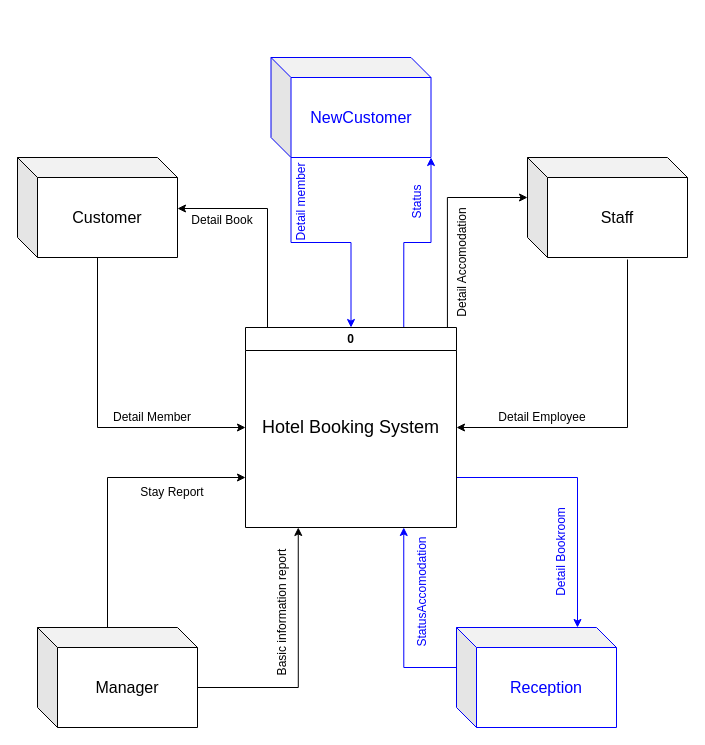
Above: แบบแผนที่ยังไม่ได้ตั้งชื่อ.drawio in Yaya25aom/bookhotel (draw.io), before the change. Source tidied: cells renumbered, new cells numbered last; positions are measured from the earlier drawing's top-left corner, leaving out a move shared by most shapes. Both pictures are drawn from the tidied source at 100%, with x=0, y=0 at pixel (17, 57).
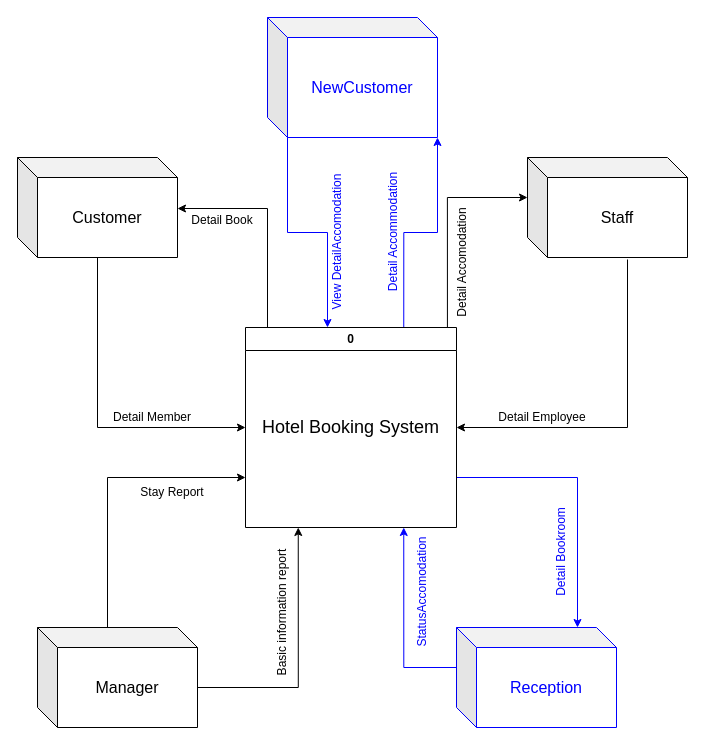
The same page after the edit.

Unchanged cells that the change refers to:
```xml
<mxCell id="4" value="0" style="swimlane;whiteSpace=wrap;html=1;" parent="1" vertex="1">
  <mxGeometry x="228" y="270" width="211" height="200" as="geometry" />
</mxCell>
```

Change to the diagram source:
```diff
@@
-    <mxCell id="21" style="edgeStyle=orthogonalEdgeStyle;rounded=0;jettySize=auto;html=1;exitX=0;exitY=0;exitDx=20;exitDy=100;exitPerimeter=0;entryX=0.5;entryY=0;entryDx=0;entryDy=0;strokeColor=#0000FF;" parent="1" edge="1" source="22" target="4">
-      <mxGeometry relative="1" as="geometry" />
+    <mxCell id="21" style="edgeStyle=orthogonalEdgeStyle;rounded=0;jettySize=auto;html=1;exitX=0;exitY=0;exitDx=20;exitDy=100;exitPerimeter=0;strokeColor=#0000FF;" parent="1" edge="1" source="22">
+      <mxGeometry relative="1" as="geometry">
+        <mxPoint x="310" y="270" as="targetPoint" />
+        <Array as="points">
+          <mxPoint x="270" y="175" />
+          <mxPoint x="310" y="175" />
+          <mxPoint x="310" y="270" />
+        </Array>
+      </mxGeometry>
     </mxCell>
     <mxCell id="22" value="&lt;font color=&quot;#0000ff&quot;&gt;NewCustomer&lt;/font&gt;" style="shape=cube;whiteSpace=wrap;html=1;boundedLbl=1;backgroundOutline=1;darkOpacity=0.05;darkOpacity2=0.1;fontSize=16;strokeColor=#0000FF;" parent="1" vertex="1">
-      <mxGeometry x="253.5" width="160" height="100" as="geometry" />
+      <mxGeometry x="250" y="-40" width="170" height="120" as="geometry" />
     </mxCell>
@@
-    <mxCell id="25" value="&lt;font color=&quot;#0000ff&quot;&gt;Detail member&lt;/font&gt;" style="text;html=1;align=center;verticalAlign=middle;strokeColor=none;fillColor=none;rotation=-90;" parent="1" vertex="1">
-      <mxGeometry x="234" y="130" width="100" height="30" as="geometry" />
+    <mxCell id="25" value="&lt;font color=&quot;#0000ff&quot;&gt;View DetailAccomodation&lt;/font&gt;" style="text;html=1;align=center;verticalAlign=middle;strokeColor=none;fillColor=none;rotation=-90;" parent="1" vertex="1">
+      <mxGeometry x="240" y="170" width="160" height="30" as="geometry" />
     </mxCell>
-    <mxCell id="26" value="&lt;font color=&quot;#0000ff&quot;&gt;Status&lt;/font&gt;" style="text;html=1;align=center;verticalAlign=middle;strokeColor=none;fillColor=none;rotation=-90;" parent="1" vertex="1">
-      <mxGeometry x="370" y="130" width="60" height="30" as="geometry" />
+    <mxCell id="26" value="&lt;font color=&quot;#0000ff&quot;&gt;Detail Accommodation&lt;/font&gt;" style="text;html=1;align=center;verticalAlign=middle;strokeColor=none;fillColor=none;rotation=-90;" parent="1" vertex="1">
+      <mxGeometry x="306" y="160" width="140" height="30" as="geometry" />
     </mxCell>
```
